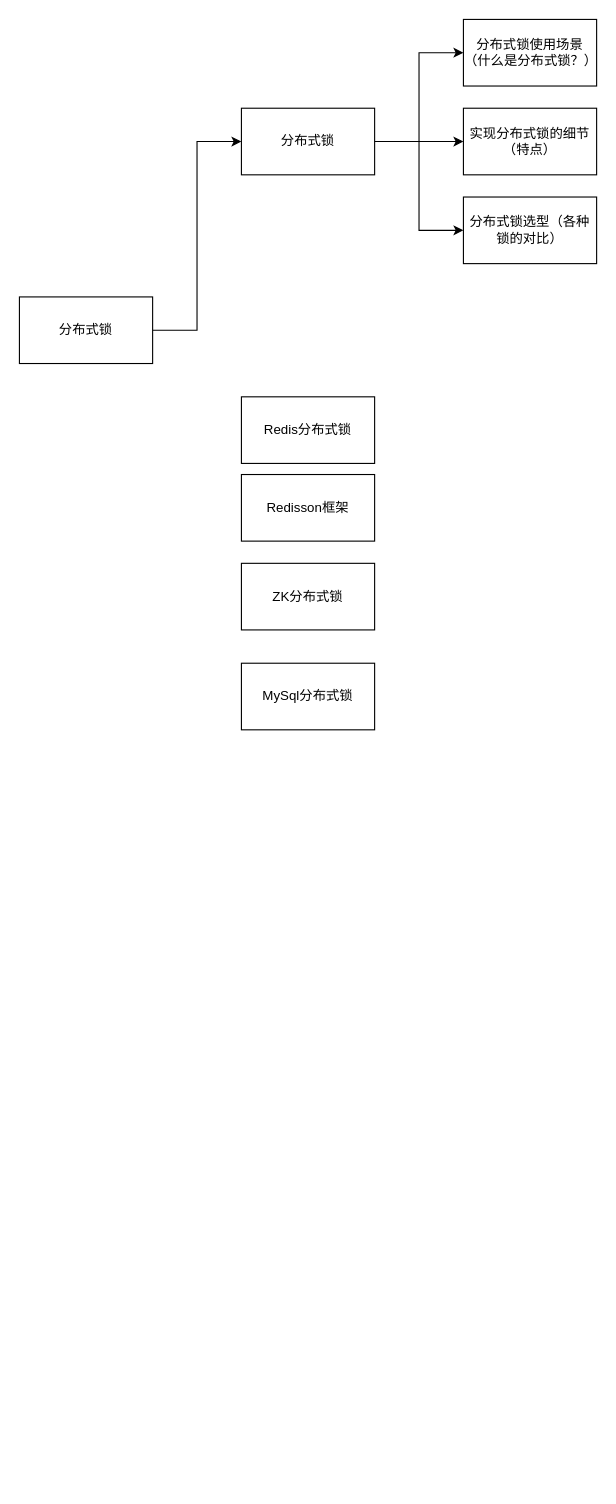
Earlier version of the draw.io diagram images/draw/Lock.drawio (wt1814/wt1814.github.io). Source tidied: cells renumbered, new cells numbered last; positions are measured from the earlier drawing's top-left corner, leaving out a move shared by most shapes. Both pictures are drawn from the tidied source at 111%, with x=0, y=0 at pixel (19, 19).
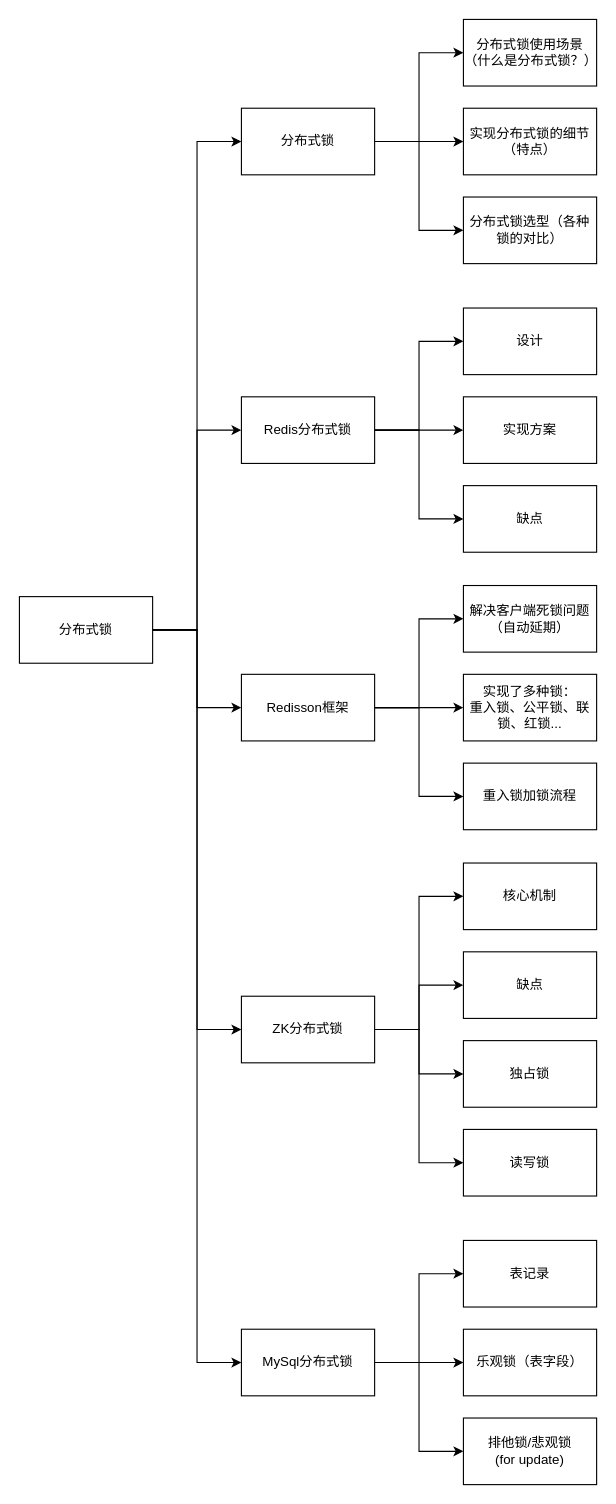
After the change.

The change refers to these unchanged cells:
```xml
<mxCell id="8" value="Redis分布式锁" style="rounded=0;whiteSpace=wrap;html=1;" parent="1" vertex="1">
  <mxGeometry x="200" y="340" width="120" height="60" as="geometry" />
</mxCell>
```

Diff of the diagram source:
```diff
@@
+    <mxCell id="15" style="edgeStyle=orthogonalEdgeStyle;rounded=0;jettySize=auto;html=1;entryX=0;entryY=0.5;entryDx=0;entryDy=0;" parent="1" edge="1" source="3" target="8">
+      <mxGeometry relative="1" as="geometry" />
+    </mxCell>
+    <mxCell id="16" style="edgeStyle=orthogonalEdgeStyle;rounded=0;jettySize=auto;html=1;entryX=0;entryY=0.5;entryDx=0;entryDy=0;" parent="1" edge="1" source="3" target="9">
+      <mxGeometry relative="1" as="geometry" />
+    </mxCell>
+    <mxCell id="17" style="edgeStyle=orthogonalEdgeStyle;rounded=0;jettySize=auto;html=1;entryX=0;entryY=0.5;entryDx=0;entryDy=0;" parent="1" edge="1" source="3" target="10">
+      <mxGeometry relative="1" as="geometry" />
+    </mxCell>
+    <mxCell id="18" style="edgeStyle=orthogonalEdgeStyle;rounded=0;jettySize=auto;html=1;entryX=0;entryY=0.5;entryDx=0;entryDy=0;" parent="1" edge="1" source="3" target="11">
+      <mxGeometry relative="1" as="geometry" />
+    </mxCell>
     <mxCell id="3" value="分布式锁" style="rounded=0;whiteSpace=wrap;html=1;" parent="1" vertex="1">
-      <mxGeometry y="250" width="120" height="60" as="geometry" />
+      <mxGeometry y="520" width="120" height="60" as="geometry" />
     </mxCell>
@@
+    <mxCell id="19" style="edgeStyle=orthogonalEdgeStyle;rounded=0;jettySize=auto;html=1;" parent="1" edge="1" source="8" target="32">
+      <mxGeometry relative="1" as="geometry" />
+    </mxCell>
+    <mxCell id="20" style="edgeStyle=orthogonalEdgeStyle;rounded=0;jettySize=auto;html=1;entryX=0;entryY=0.5;entryDx=0;entryDy=0;" parent="1" edge="1" source="8" target="33">
+      <mxGeometry relative="1" as="geometry" />
+    </mxCell>
+    <mxCell id="21" style="edgeStyle=orthogonalEdgeStyle;rounded=0;jettySize=auto;html=1;entryX=0;entryY=0.5;entryDx=0;entryDy=0;" parent="1" edge="1" source="8" target="34">
+      <mxGeometry relative="1" as="geometry" />
+    </mxCell>
@@
+    <mxCell id="22" style="edgeStyle=orthogonalEdgeStyle;rounded=0;jettySize=auto;html=1;entryX=0;entryY=0.5;entryDx=0;entryDy=0;" parent="1" edge="1" source="9" target="36">
+      <mxGeometry relative="1" as="geometry" />
+    </mxCell>
+    <mxCell id="23" style="edgeStyle=orthogonalEdgeStyle;rounded=0;jettySize=auto;html=1;" parent="1" edge="1" source="9" target="35">
+      <mxGeometry relative="1" as="geometry" />
+    </mxCell>
+    <mxCell id="24" style="edgeStyle=orthogonalEdgeStyle;rounded=0;jettySize=auto;html=1;entryX=0;entryY=0.5;entryDx=0;entryDy=0;" parent="1" edge="1" source="9" target="37">
+      <mxGeometry relative="1" as="geometry" />
+    </mxCell>
     <mxCell id="9" value="Redisson框架" style="rounded=0;whiteSpace=wrap;html=1;" parent="1" vertex="1">
-      <mxGeometry x="200" y="410" width="120" height="60" as="geometry" />
+      <mxGeometry x="200" y="590" width="120" height="60" as="geometry" />
     </mxCell>
+    <mxCell id="25" style="edgeStyle=orthogonalEdgeStyle;rounded=0;jettySize=auto;html=1;entryX=0;entryY=0.5;entryDx=0;entryDy=0;" parent="1" edge="1" source="10" target="39">
+      <mxGeometry relative="1" as="geometry" />
+    </mxCell>
+    <mxCell id="26" style="edgeStyle=orthogonalEdgeStyle;rounded=0;jettySize=auto;html=1;" parent="1" edge="1" source="10" target="38">
+      <mxGeometry relative="1" as="geometry" />
+    </mxCell>
+    <mxCell id="27" style="edgeStyle=orthogonalEdgeStyle;rounded=0;jettySize=auto;html=1;entryX=0;entryY=0.5;entryDx=0;entryDy=0;" parent="1" edge="1" source="10" target="41">
+      <mxGeometry relative="1" as="geometry" />
+    </mxCell>
+    <mxCell id="28" style="edgeStyle=orthogonalEdgeStyle;rounded=0;jettySize=auto;html=1;entryX=0;entryY=0.5;entryDx=0;entryDy=0;" parent="1" edge="1" source="10" target="40">
+      <mxGeometry relative="1" as="geometry" />
+    </mxCell>
     <mxCell id="10" value="ZK分布式锁" style="rounded=0;whiteSpace=wrap;html=1;" parent="1" vertex="1">
-      <mxGeometry x="200" y="490" width="120" height="60" as="geometry" />
+      <mxGeometry x="200" y="880" width="120" height="60" as="geometry" />
     </mxCell>
+    <mxCell id="29" style="edgeStyle=orthogonalEdgeStyle;rounded=0;jettySize=auto;html=1;entryX=0;entryY=0.5;entryDx=0;entryDy=0;" parent="1" edge="1" source="11" target="44">
+      <mxGeometry relative="1" as="geometry" />
+    </mxCell>
+    <mxCell id="30" style="edgeStyle=orthogonalEdgeStyle;rounded=0;jettySize=auto;html=1;entryX=0;entryY=0.5;entryDx=0;entryDy=0;" parent="1" edge="1" source="11" target="42">
+      <mxGeometry relative="1" as="geometry" />
+    </mxCell>
+    <mxCell id="31" style="edgeStyle=orthogonalEdgeStyle;rounded=0;jettySize=auto;html=1;entryX=0;entryY=0.5;entryDx=0;entryDy=0;" parent="1" edge="1" source="11" target="43">
+      <mxGeometry relative="1" as="geometry" />
+    </mxCell>
     <mxCell id="11" value="MySql分布式锁" style="rounded=0;whiteSpace=wrap;html=1;" parent="1" vertex="1">
-      <mxGeometry x="200" y="580" width="120" height="60" as="geometry" />
+      <mxGeometry x="200" y="1180" width="120" height="60" as="geometry" />
     </mxCell>
@@
+    <mxCell id="32" value="实现方案" style="rounded=0;whiteSpace=wrap;html=1;" parent="1" vertex="1">
+      <mxGeometry x="400" y="340" width="120" height="60" as="geometry" />
+    </mxCell>
+    <mxCell id="33" value="设计" style="rounded=0;whiteSpace=wrap;html=1;" parent="1" vertex="1">
+      <mxGeometry x="400" y="260" width="120" height="60" as="geometry" />
+    </mxCell>
+    <mxCell id="34" value="缺点" style="rounded=0;whiteSpace=wrap;html=1;" parent="1" vertex="1">
+      <mxGeometry x="400" y="420" width="120" height="60" as="geometry" />
+    </mxCell>
+    <mxCell id="35" value="&lt;div&gt;实现了多种锁：&lt;/div&gt;&lt;div&gt;重入锁、公平锁、联锁、红锁...&lt;/div&gt;" style="rounded=0;whiteSpace=wrap;html=1;" parent="1" vertex="1">
+      <mxGeometry x="400" y="590" width="120" height="60" as="geometry" />
+    </mxCell>
+    <mxCell id="36" value="解决客户端死锁问题（自动延期）" style="rounded=0;whiteSpace=wrap;html=1;" parent="1" vertex="1">
+      <mxGeometry x="400" y="510" width="120" height="60" as="geometry" />
+    </mxCell>
+    <mxCell id="37" value="重入锁加锁流程" style="rounded=0;whiteSpace=wrap;html=1;" parent="1" vertex="1">
+      <mxGeometry x="400" y="670" width="120" height="60" as="geometry" />
+    </mxCell>
+    <mxCell id="38" value="缺点" style="rounded=0;whiteSpace=wrap;html=1;" parent="1" vertex="1">
+      <mxGeometry x="400" y="840" width="120" height="60" as="geometry" />
+    </mxCell>
+    <mxCell id="39" value="核心机制" style="rounded=0;whiteSpace=wrap;html=1;" parent="1" vertex="1">
+      <mxGeometry x="400" y="760" width="120" height="60" as="geometry" />
+    </mxCell>
+    <mxCell id="40" value="读写锁" style="rounded=0;whiteSpace=wrap;html=1;" parent="1" vertex="1">
+      <mxGeometry x="400" y="1000" width="120" height="60" as="geometry" />
+    </mxCell>
+    <mxCell id="41" value="独占锁" style="rounded=0;whiteSpace=wrap;html=1;" parent="1" vertex="1">
+      <mxGeometry x="400" y="920" width="120" height="60" as="geometry" />
+    </mxCell>
+    <mxCell id="42" value="表记录" style="rounded=0;whiteSpace=wrap;html=1;" parent="1" vertex="1">
+      <mxGeometry x="400" y="1100" width="120" height="60" as="geometry" />
+    </mxCell>
+    <mxCell id="43" value="&lt;div&gt;排他锁/悲观锁&lt;br&gt;(for update)&lt;/div&gt;" style="rounded=0;whiteSpace=wrap;html=1;" parent="1" vertex="1">
+      <mxGeometry x="400" y="1260" width="120" height="60" as="geometry" />
+    </mxCell>
+    <mxCell id="44" value="乐观锁（表字段）" style="rounded=0;whiteSpace=wrap;html=1;" parent="1" vertex="1">
+      <mxGeometry x="400" y="1180" width="120" height="60" as="geometry" />
+    </mxCell>
```
